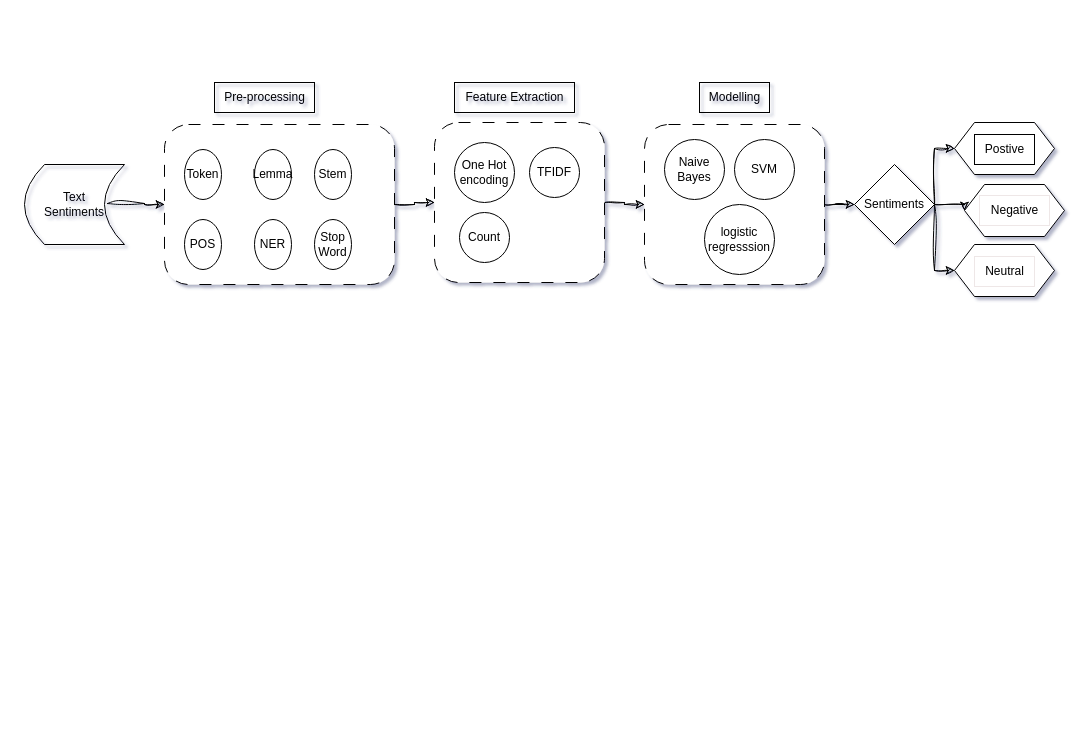
Before: page "complex gitflow" (1 of 2) of Untitled Diagram.drawio in RatishMoondra/Course, a draw.io diagram. Source tidied: cells renumbered, new cells numbered last; positions are measured from the earlier drawing's top-left corner, leaving out a move shared by most shapes. Both pictures are drawn from the tidied source at 100%, with x=0, y=0 at pixel (24, 82).
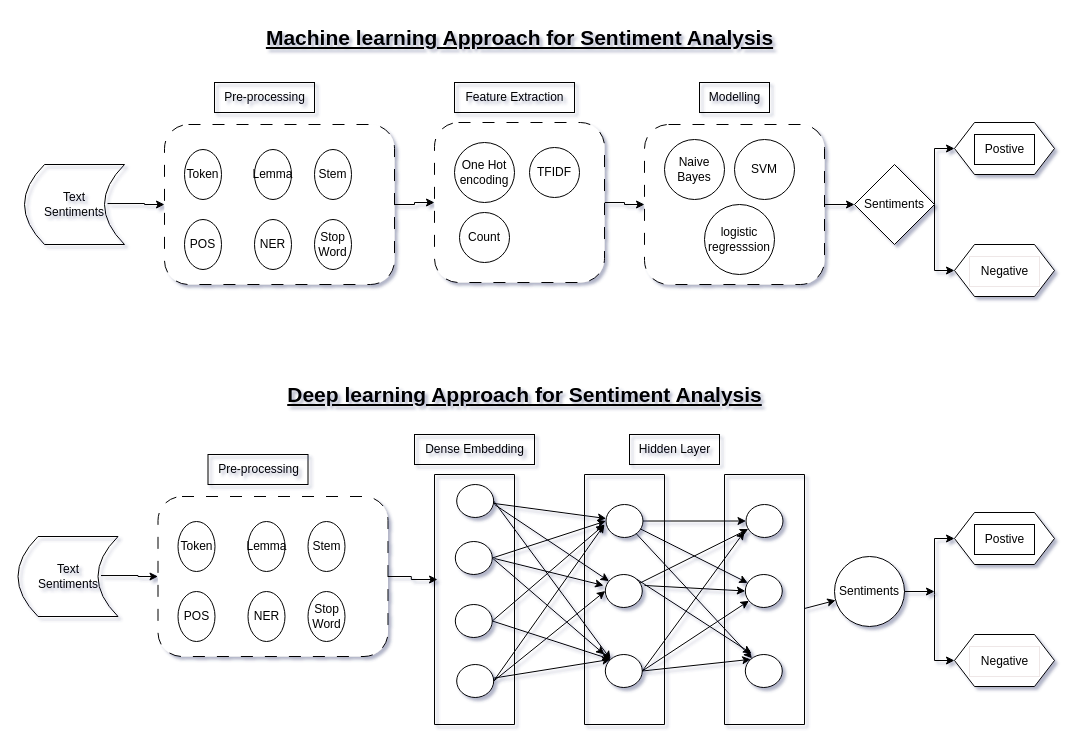
After the change.

Unchanged cells that the change refers to:
```xml
<mxCell id="3" value="Text &lt;br&gt;Sentiments" style="shape=dataStorage;whiteSpace=wrap;html=1;fixedSize=1;gradientColor=none;fillColor=none;strokeColor=#000000;" parent="1" vertex="1">
  <mxGeometry y="82" width="100" height="80" as="geometry" />
</mxCell>
<mxCell id="5" style="rounded=1;whiteSpace=wrap;html=1;dashed=1;dashPattern=12 12;strokeColor=#000000;" parent="1" vertex="1">
  <mxGeometry x="140" y="42" width="230" height="160" as="geometry" />
</mxCell>
<mxCell id="14" style="rounded=1;whiteSpace=wrap;html=1;dashed=1;dashPattern=12 12;strokeColor=#000000;" parent="1" vertex="1">
  <mxGeometry x="410" y="40" width="170" height="160" as="geometry" />
</mxCell>
<mxCell id="20" style="rounded=1;whiteSpace=wrap;html=1;dashed=1;dashPattern=12 12;strokeColor=#000000;" parent="1" vertex="1">
  <mxGeometry x="620" y="42" width="180" height="160" as="geometry" />
</mxCell>
<mxCell id="28" value="Sentiments" style="rhombus;whiteSpace=wrap;html=1;strokeColor=#000000;" parent="1" vertex="1">
  <mxGeometry x="830" y="82" width="80" height="80" as="geometry" />
</mxCell>
<mxCell id="29" style="shape=hexagon;perimeter=hexagonPerimeter2;whiteSpace=wrap;html=1;fixedSize=1;strokeColor=#000000;" parent="1" vertex="1">
  <mxGeometry x="930" y="40" width="100" height="52" as="geometry" />
</mxCell>
<mxCell id="33" style="shape=hexagon;perimeter=hexagonPerimeter2;whiteSpace=wrap;html=1;fixedSize=1;strokeColor=#000000;" parent="1" vertex="1">
  <mxGeometry x="930" y="162" width="100" height="52" as="geometry" />
</mxCell>
```

What changed in the source:
```diff
@@
-    <mxCell id="2" style="edgeStyle=orthogonalEdgeStyle;rounded=0;sketch=1;hachureGap=4;jiggle=2;curveFitting=1;jettySize=auto;html=1;exitX=0.83;exitY=0.488;exitDx=0;exitDy=0;entryX=0;entryY=0.5;entryDx=0;entryDy=0;exitPerimeter=0;" parent="1" edge="1" source="3" target="5">
+    <mxCell id="2" style="edgeStyle=orthogonalEdgeStyle;rounded=0;hachureGap=4;jettySize=auto;html=1;exitX=0.83;exitY=0.488;exitDx=0;exitDy=0;entryX=0;entryY=0.5;entryDx=0;entryDy=0;exitPerimeter=0;" parent="1" edge="1" source="3" target="5">
       <mxGeometry relative="1" as="geometry" />
     </mxCell>
@@
-    <mxCell id="4" style="edgeStyle=orthogonalEdgeStyle;rounded=0;sketch=1;hachureGap=4;jiggle=2;curveFitting=1;jettySize=auto;html=1;" parent="1" edge="1" source="5" target="14">
+    <mxCell id="4" style="edgeStyle=orthogonalEdgeStyle;rounded=0;hachureGap=4;jettySize=auto;html=1;" parent="1" edge="1" source="5" target="14">
       <mxGeometry relative="1" as="geometry" />
     </mxCell>
@@
-    <mxCell id="13" style="edgeStyle=orthogonalEdgeStyle;rounded=0;sketch=1;hachureGap=4;jiggle=2;curveFitting=1;jettySize=auto;html=1;entryX=0;entryY=0.5;entryDx=0;entryDy=0;" parent="1" edge="1" source="14" target="20">
+    <mxCell id="13" style="edgeStyle=orthogonalEdgeStyle;rounded=0;hachureGap=4;jettySize=auto;html=1;entryX=0;entryY=0.5;entryDx=0;entryDy=0;" parent="1" edge="1" source="14" target="20">
       <mxGeometry relative="1" as="geometry" />
     </mxCell>
@@
-    <mxCell id="19" style="edgeStyle=orthogonalEdgeStyle;rounded=0;sketch=1;hachureGap=4;jiggle=2;curveFitting=1;jettySize=auto;html=1;entryX=0;entryY=0.5;entryDx=0;entryDy=0;" parent="1" edge="1" source="20" target="28">
+    <mxCell id="19" style="edgeStyle=orthogonalEdgeStyle;rounded=0;hachureGap=4;jettySize=auto;html=1;entryX=0;entryY=0.5;entryDx=0;entryDy=0;" parent="1" edge="1" source="20" target="28">
       <mxGeometry relative="1" as="geometry" />
     </mxCell>
@@
-    <mxCell id="25" style="edgeStyle=orthogonalEdgeStyle;rounded=0;sketch=1;hachureGap=4;jiggle=2;curveFitting=1;jettySize=auto;html=1;exitX=1;exitY=0.5;exitDx=0;exitDy=0;entryX=0;entryY=0.5;entryDx=0;entryDy=0;" parent="1" edge="1" source="28" target="29">
+    <mxCell id="25" style="edgeStyle=orthogonalEdgeStyle;rounded=0;hachureGap=4;jettySize=auto;html=1;exitX=1;exitY=0.5;exitDx=0;exitDy=0;entryX=0;entryY=0.5;entryDx=0;entryDy=0;" parent="1" edge="1" source="28" target="29">
       <mxGeometry relative="1" as="geometry">
         <Array as="points">
           <mxPoint x="910" y="66" />
         </Array>
       </mxGeometry>
     </mxCell>
-    <mxCell id="26" style="edgeStyle=orthogonalEdgeStyle;rounded=0;sketch=1;hachureGap=4;jiggle=2;curveFitting=1;jettySize=auto;html=1;exitX=1;exitY=0.5;exitDx=0;exitDy=0;entryX=0;entryY=0.5;entryDx=0;entryDy=0;" parent="1" edge="1" source="28" target="31">
-      <mxGeometry relative="1" as="geometry" />
-    </mxCell>
-    <mxCell id="27" style="edgeStyle=orthogonalEdgeStyle;rounded=0;sketch=1;hachureGap=4;jiggle=2;curveFitting=1;jettySize=auto;html=1;exitX=1;exitY=0.5;exitDx=0;exitDy=0;entryX=0;entryY=0.5;entryDx=0;entryDy=0;" parent="1" edge="1" source="28" target="33">
+    <mxCell id="27" style="edgeStyle=orthogonalEdgeStyle;rounded=0;hachureGap=4;jettySize=auto;html=1;exitX=1;exitY=0.5;exitDx=0;exitDy=0;entryX=0;entryY=0.5;entryDx=0;entryDy=0;" parent="1" edge="1" source="28" target="33">
       <mxGeometry relative="1" as="geometry">
         <Array as="points">
           <mxPoint x="910" y="188" />
         </Array>
       </mxGeometry>
     </mxCell>
@@
-    <mxCell id="31" style="shape=hexagon;perimeter=hexagonPerimeter2;whiteSpace=wrap;html=1;fixedSize=1;strokeColor=#000000;" parent="1" vertex="1">
-      <mxGeometry x="940" y="102" width="100" height="52" as="geometry" />
-    </mxCell>
-    <mxCell id="32" value="Negative" style="text;html=1;align=center;verticalAlign=middle;strokeColor=#eee7e7;fillColor=none;" parent="1" vertex="1">
-      <mxGeometry x="955" y="113" width="70" height="30" as="geometry" />
-    </mxCell>
@@
-    <mxCell id="34" value="Neutral" style="text;html=1;align=center;verticalAlign=middle;strokeColor=#eee7e7;fillColor=none;" parent="1" vertex="1">
-      <mxGeometry x="950" y="174" width="60" height="30" as="geometry" />
+    <mxCell id="34" value="Negative" style="text;html=1;align=center;verticalAlign=middle;strokeColor=#eee7e7;fillColor=none;" parent="1" vertex="1">
+      <mxGeometry x="945" y="174" width="70" height="30" as="geometry" />
     </mxCell>
+    <mxCell id="35" value="&lt;font style=&quot;font-size: 21px;&quot;&gt;&lt;u&gt;&lt;b&gt;Machine learning Approach for Sentiment Analysis&lt;/b&gt;&lt;/u&gt;&lt;/font&gt;" style="text;html=1;align=center;verticalAlign=middle;strokeColor=none;fillColor=none;" parent="1" vertex="1">
+      <mxGeometry x="230" y="-65" width="530" height="40" as="geometry" />
+    </mxCell>
+    <mxCell id="36" style="edgeStyle=orthogonalEdgeStyle;rounded=0;hachureGap=4;jettySize=auto;html=1;exitX=0.83;exitY=0.488;exitDx=0;exitDy=0;entryX=0;entryY=0.5;entryDx=0;entryDy=0;exitPerimeter=0;" parent="1" edge="1" source="37" target="38">
+      <mxGeometry relative="1" as="geometry" />
+    </mxCell>
+    <mxCell id="37" value="Text &lt;br&gt;Sentiments" style="shape=dataStorage;whiteSpace=wrap;html=1;fixedSize=1;gradientColor=none;fillColor=none;strokeColor=#000000;" parent="1" vertex="1">
+      <mxGeometry x="-6.5" y="454" width="100" height="80" as="geometry" />
+    </mxCell>
+    <mxCell id="38" style="rounded=1;whiteSpace=wrap;html=1;dashed=1;dashPattern=12 12;strokeColor=#000000;" parent="1" vertex="1">
+      <mxGeometry x="133.5" y="414" width="230" height="160" as="geometry" />
+    </mxCell>
+    <mxCell id="39" value="Token" style="ellipse;whiteSpace=wrap;html=1;strokeColor=#000000;" parent="1" vertex="1">
+      <mxGeometry x="153.5" y="439" width="37" height="50" as="geometry" />
+    </mxCell>
+    <mxCell id="40" value="Lemma" style="ellipse;whiteSpace=wrap;html=1;strokeColor=#000000;" parent="1" vertex="1">
+      <mxGeometry x="223.5" y="439" width="37" height="50" as="geometry" />
+    </mxCell>
+    <mxCell id="41" value="Stem" style="ellipse;whiteSpace=wrap;html=1;strokeColor=#000000;" parent="1" vertex="1">
+      <mxGeometry x="283.5" y="439" width="37" height="50" as="geometry" />
+    </mxCell>
+    <mxCell id="42" value="POS" style="ellipse;whiteSpace=wrap;html=1;strokeColor=#000000;" parent="1" vertex="1">
+      <mxGeometry x="153.5" y="509" width="37" height="50" as="geometry" />
+    </mxCell>
+    <mxCell id="43" value="NER" style="ellipse;whiteSpace=wrap;html=1;strokeColor=#000000;" parent="1" vertex="1">
+      <mxGeometry x="223.5" y="509" width="37" height="50" as="geometry" />
+    </mxCell>
+    <mxCell id="44" value="Stop Word" style="ellipse;whiteSpace=wrap;html=1;strokeColor=#000000;" parent="1" vertex="1">
+      <mxGeometry x="283.5" y="509" width="37" height="50" as="geometry" />
+    </mxCell>
+    <mxCell id="45" value="Pre-processing" style="text;html=1;align=center;verticalAlign=middle;strokeColor=#000000;fillColor=none;" parent="1" vertex="1">
+      <mxGeometry x="183.5" y="372" width="100" height="30" as="geometry" />
+    </mxCell>
+    <mxCell id="46" value="&lt;font style=&quot;font-size: 21px;&quot;&gt;&lt;u&gt;&lt;b&gt;Deep learning Approach for Sentiment Analysis&lt;/b&gt;&lt;/u&gt;&lt;/font&gt;" style="text;html=1;align=center;verticalAlign=middle;strokeColor=none;fillColor=none;" parent="1" vertex="1">
+      <mxGeometry x="250" y="292" width="500" height="40" as="geometry" />
+    </mxCell>
+    <mxCell id="47" style="swimlane;startSize=0;hachureGap=4;" parent="1" vertex="1">
+      <mxGeometry x="410" y="392" width="80" height="250" as="geometry" />
+    </mxCell>
+    <mxCell id="48" style="ellipse;whiteSpace=wrap;html=1;" parent="47" vertex="1">
+      <mxGeometry x="22.2" y="10" width="37" height="33" as="geometry" />
+    </mxCell>
+    <mxCell id="49" style="ellipse;whiteSpace=wrap;html=1;" parent="47" vertex="1">
+      <mxGeometry x="20.8" y="67" width="37" height="33" as="geometry" />
+    </mxCell>
+    <mxCell id="50" style="ellipse;whiteSpace=wrap;html=1;" parent="47" vertex="1">
+      <mxGeometry x="20.8" y="130" width="37" height="33" as="geometry" />
+    </mxCell>
+    <mxCell id="51" style="ellipse;whiteSpace=wrap;html=1;" parent="47" vertex="1">
+      <mxGeometry x="22.2" y="190" width="37" height="33" as="geometry" />
+    </mxCell>
+    <mxCell id="52" style="swimlane;startSize=0;hachureGap=4;" parent="1" vertex="1">
+      <mxGeometry x="560" y="392" width="80" height="250" as="geometry" />
+    </mxCell>
+    <mxCell id="53" style="ellipse;whiteSpace=wrap;html=1;" parent="52" vertex="1">
+      <mxGeometry x="21.5" y="30" width="37" height="33" as="geometry" />
+    </mxCell>
+    <mxCell id="54" style="ellipse;whiteSpace=wrap;html=1;" parent="52" vertex="1">
+      <mxGeometry x="20.8" y="100" width="37" height="33" as="geometry" />
+    </mxCell>
+    <mxCell id="55" style="ellipse;whiteSpace=wrap;html=1;" parent="52" vertex="1">
+      <mxGeometry x="20.8" y="180" width="37" height="33" as="geometry" />
+    </mxCell>
+    <mxCell id="56" style="swimlane;startSize=0;hachureGap=4;" parent="1" vertex="1">
+      <mxGeometry x="700" y="392" width="80" height="250" as="geometry" />
+    </mxCell>
+    <mxCell id="57" style="ellipse;whiteSpace=wrap;html=1;" parent="56" vertex="1">
+      <mxGeometry x="21.5" y="30" width="37" height="33" as="geometry" />
+    </mxCell>
+    <mxCell id="58" style="ellipse;whiteSpace=wrap;html=1;" parent="56" vertex="1">
+      <mxGeometry x="20.8" y="100" width="37" height="33" as="geometry" />
+    </mxCell>
+    <mxCell id="59" style="ellipse;whiteSpace=wrap;html=1;" parent="56" vertex="1">
+      <mxGeometry x="20.8" y="180" width="37" height="33" as="geometry" />
+    </mxCell>
+    <mxCell id="60" style="edgeStyle=orthogonalEdgeStyle;rounded=0;hachureGap=4;jettySize=auto;html=1;exitX=1;exitY=0.5;exitDx=0;exitDy=0;entryX=0;entryY=0.5;entryDx=0;entryDy=0;" parent="1" edge="1" target="62">
+      <mxGeometry relative="1" as="geometry">
+        <mxPoint x="910" y="512" as="sourcePoint" />
+        <Array as="points">
+          <mxPoint x="910" y="456" />
+        </Array>
+      </mxGeometry>
+    </mxCell>
+    <mxCell id="61" style="edgeStyle=orthogonalEdgeStyle;rounded=0;hachureGap=4;jettySize=auto;html=1;exitX=1;exitY=0.5;exitDx=0;exitDy=0;entryX=0;entryY=0.5;entryDx=0;entryDy=0;" parent="1" edge="1" target="64">
+      <mxGeometry relative="1" as="geometry">
+        <mxPoint x="910" y="512" as="sourcePoint" />
+        <Array as="points">
+          <mxPoint x="910" y="578" />
+        </Array>
+      </mxGeometry>
+    </mxCell>
+    <mxCell id="62" style="shape=hexagon;perimeter=hexagonPerimeter2;whiteSpace=wrap;html=1;fixedSize=1;strokeColor=#000000;" parent="1" vertex="1">
+      <mxGeometry x="930" y="430" width="100" height="52" as="geometry" />
+    </mxCell>
+    <mxCell id="63" value="Postive" style="text;html=1;align=center;verticalAlign=middle;strokeColor=#000000;fillColor=none;" parent="1" vertex="1">
+      <mxGeometry x="950" y="442" width="60" height="30" as="geometry" />
+    </mxCell>
+    <mxCell id="64" style="shape=hexagon;perimeter=hexagonPerimeter2;whiteSpace=wrap;html=1;fixedSize=1;strokeColor=#000000;" parent="1" vertex="1">
+      <mxGeometry x="930" y="552" width="100" height="52" as="geometry" />
+    </mxCell>
+    <mxCell id="32" value="Negative" style="text;html=1;align=center;verticalAlign=middle;strokeColor=#eee7e7;fillColor=none;" parent="1" vertex="1">
+      <mxGeometry x="945" y="564" width="70" height="30" as="geometry" />
+    </mxCell>
+    <mxCell id="65" style="edgeStyle=orthogonalEdgeStyle;rounded=0;hachureGap=4;jettySize=auto;html=1;entryX=0.038;entryY=0.42;entryDx=0;entryDy=0;entryPerimeter=0;" parent="1" edge="1" source="38" target="47">
+      <mxGeometry relative="1" as="geometry" />
+    </mxCell>
+    <mxCell id="66" style="endArrow=classic;html=1;rounded=0;hachureGap=4;" parent="1" edge="1" source="48" target="53">
+      <mxGeometry relative="1" as="geometry" />
+    </mxCell>
+    <mxCell id="67" style="endArrow=classic;html=1;rounded=0;hachureGap=4;" parent="1" edge="1" target="54">
+      <mxGeometry relative="1" as="geometry">
+        <mxPoint x="470" y="422" as="sourcePoint" />
+      </mxGeometry>
+    </mxCell>
+    <mxCell id="68" style="endArrow=classic;html=1;rounded=0;hachureGap=4;exitX=1;exitY=0.5;exitDx=0;exitDy=0;entryX=0;entryY=0;entryDx=0;entryDy=0;" parent="1" edge="1" source="48" target="55">
+      <mxGeometry relative="1" as="geometry" />
+    </mxCell>
+    <mxCell id="69" style="endArrow=classic;html=1;rounded=0;hachureGap=4;exitX=1;exitY=0.5;exitDx=0;exitDy=0;entryX=0;entryY=0.5;entryDx=0;entryDy=0;" parent="1" edge="1" source="49" target="53">
+      <mxGeometry relative="1" as="geometry" />
+    </mxCell>
+    <mxCell id="70" style="endArrow=classic;html=1;rounded=0;hachureGap=4;entryX=-0.047;entryY=0.333;entryDx=0;entryDy=0;entryPerimeter=0;" parent="1" edge="1" target="54">
+      <mxGeometry relative="1" as="geometry">
+        <mxPoint x="470" y="476" as="sourcePoint" />
+      </mxGeometry>
+    </mxCell>
+    <mxCell id="71" style="endArrow=classic;html=1;rounded=0;hachureGap=4;exitX=1;exitY=0.5;exitDx=0;exitDy=0;" parent="1" edge="1" source="49">
+      <mxGeometry relative="1" as="geometry">
+        <mxPoint x="580" y="572" as="targetPoint" />
+      </mxGeometry>
+    </mxCell>
+    <mxCell id="72" style="endArrow=classic;html=1;rounded=0;hachureGap=4;exitX=1;exitY=0.5;exitDx=0;exitDy=0;" parent="1" edge="1" source="50">
+      <mxGeometry relative="1" as="geometry">
+        <mxPoint x="580" y="442" as="targetPoint" />
+      </mxGeometry>
+    </mxCell>
+    <mxCell id="73" style="endArrow=classic;html=1;rounded=0;hachureGap=4;exitX=1;exitY=0.5;exitDx=0;exitDy=0;entryX=0;entryY=0;entryDx=0;entryDy=0;" parent="1" edge="1" source="50" target="55">
+      <mxGeometry relative="1" as="geometry" />
+    </mxCell>
+    <mxCell id="74" style="endArrow=classic;html=1;rounded=0;hachureGap=4;exitX=1;exitY=0.5;exitDx=0;exitDy=0;" parent="1" edge="1" source="51">
+      <mxGeometry relative="1" as="geometry">
+        <mxPoint x="580" y="442" as="targetPoint" />
+      </mxGeometry>
+    </mxCell>
+    <mxCell id="75" style="endArrow=classic;html=1;rounded=0;hachureGap=4;exitX=1;exitY=0.5;exitDx=0;exitDy=0;entryX=0;entryY=0.5;entryDx=0;entryDy=0;" parent="1" edge="1" source="51" target="54">
+      <mxGeometry relative="1" as="geometry" />
+    </mxCell>
+    <mxCell id="76" style="endArrow=classic;html=1;rounded=0;hachureGap=4;entryX=0;entryY=0;entryDx=0;entryDy=0;" parent="1" edge="1" source="51" target="55">
+      <mxGeometry relative="1" as="geometry" />
+    </mxCell>
+    <mxCell id="77" style="endArrow=classic;html=1;rounded=0;hachureGap=4;exitX=1;exitY=0.5;exitDx=0;exitDy=0;entryX=0;entryY=0.5;entryDx=0;entryDy=0;" parent="1" edge="1" source="53" target="57">
+      <mxGeometry relative="1" as="geometry" />
+    </mxCell>
+    <mxCell id="78" style="endArrow=classic;html=1;rounded=0;hachureGap=4;" parent="1" edge="1" source="53" target="58">
+      <mxGeometry relative="1" as="geometry" />
+    </mxCell>
+    <mxCell id="79" style="endArrow=classic;html=1;rounded=0;hachureGap=4;" parent="1" edge="1" source="53" target="59">
+      <mxGeometry relative="1" as="geometry" />
+    </mxCell>
+    <mxCell id="80" style="endArrow=classic;html=1;rounded=0;hachureGap=4;" parent="1" edge="1" source="54" target="57">
+      <mxGeometry relative="1" as="geometry" />
+    </mxCell>
+    <mxCell id="81" style="endArrow=classic;html=1;rounded=0;hachureGap=4;exitX=1.061;exitY=0.333;exitDx=0;exitDy=0;entryX=0;entryY=0.5;entryDx=0;entryDy=0;exitPerimeter=0;" parent="1" edge="1" source="54" target="58">
+      <mxGeometry relative="1" as="geometry" />
+    </mxCell>
+    <mxCell id="82" style="endArrow=classic;html=1;rounded=0;hachureGap=4;exitX=1;exitY=0;exitDx=0;exitDy=0;entryX=0.169;entryY=-0.03;entryDx=0;entryDy=0;entryPerimeter=0;" parent="1" edge="1" source="54" target="59">
+      <mxGeometry relative="1" as="geometry" />
+    </mxCell>
+    <mxCell id="83" style="endArrow=classic;html=1;rounded=0;hachureGap=4;exitX=1;exitY=0.5;exitDx=0;exitDy=0;entryX=-0.041;entryY=0.818;entryDx=0;entryDy=0;entryPerimeter=0;" parent="1" edge="1" source="55" target="57">
+      <mxGeometry relative="1" as="geometry" />
+    </mxCell>
+    <mxCell id="84" style="endArrow=classic;html=1;rounded=0;hachureGap=4;exitX=1;exitY=0.5;exitDx=0;exitDy=0;" parent="1" edge="1" source="55" target="58">
+      <mxGeometry relative="1" as="geometry" />
+    </mxCell>
+    <mxCell id="85" style="endArrow=classic;html=1;rounded=0;hachureGap=4;exitX=1;exitY=0.5;exitDx=0;exitDy=0;entryX=0;entryY=0;entryDx=0;entryDy=0;" parent="1" edge="1" source="55" target="59">
+      <mxGeometry relative="1" as="geometry" />
+    </mxCell>
+    <mxCell id="86" value="Dense Embedding" style="text;html=1;align=center;verticalAlign=middle;strokeColor=#000000;fillColor=none;" parent="1" vertex="1">
+      <mxGeometry x="390" y="352" width="120" height="30" as="geometry" />
+    </mxCell>
+    <mxCell id="87" value="Hidden Layer" style="text;html=1;align=center;verticalAlign=middle;strokeColor=#000000;fillColor=none;" parent="1" vertex="1">
+      <mxGeometry x="605" y="352" width="90" height="30" as="geometry" />
+    </mxCell>
+    <mxCell id="88" value="Sentiments" style="ellipse;whiteSpace=wrap;html=1;hachureGap=4;" parent="1" vertex="1">
+      <mxGeometry x="810" y="474" width="70" height="70" as="geometry" />
+    </mxCell>
+    <mxCell id="89" style="endArrow=classic;html=1;rounded=0;hachureGap=4;exitX=1;exitY=0.536;exitDx=0;exitDy=0;exitPerimeter=0;" parent="1" edge="1" source="56" target="88">
+      <mxGeometry relative="1" as="geometry" />
+    </mxCell>
+    <mxCell id="90" style="endArrow=classic;html=1;rounded=0;hachureGap=4;exitX=1;exitY=0.5;exitDx=0;exitDy=0;" parent="1" edge="1" source="88">
+      <mxGeometry relative="1" as="geometry">
+        <mxPoint x="910" y="509" as="targetPoint" />
+      </mxGeometry>
+    </mxCell>
```
